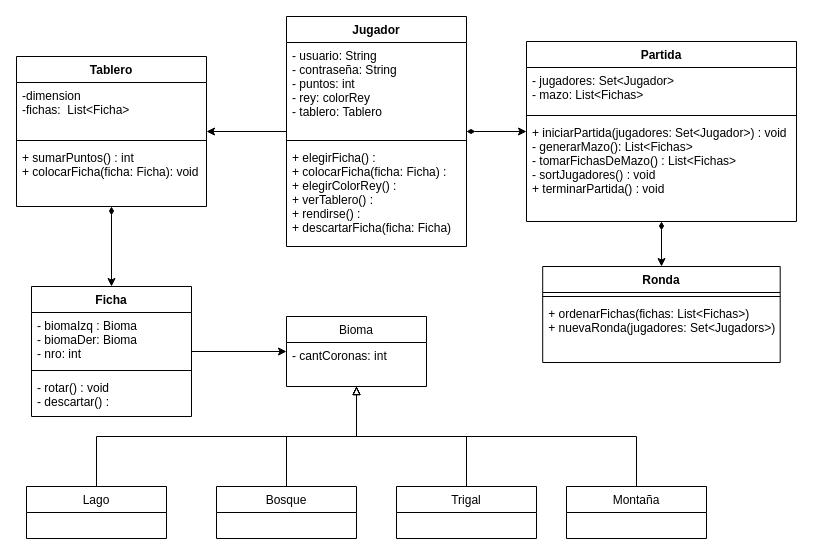
This is src/doc/diagrama-uml.drawio from nicolasmiron/kingdomino, a draw.io file, before an edit. Source tidied: cells renumbered, new cells numbered last; positions are measured from the earlier drawing's top-left corner, leaving out a move shared by most shapes. Both pictures are drawn from the tidied source at 100%, with x=0, y=0 at pixel (16, 16).
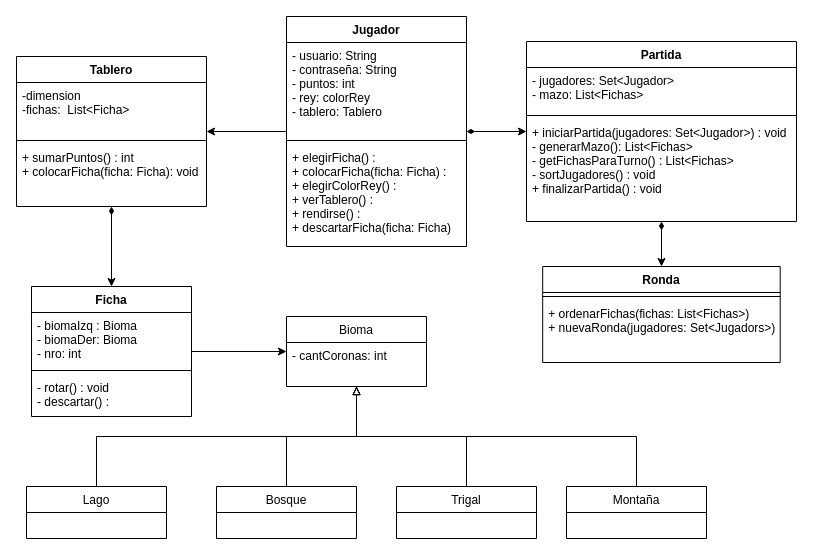
Above is the later version.

Unchanged cells that the change refers to:
```xml
<mxCell id="24" value="Partida" style="swimlane;fontStyle=1;align=center;verticalAlign=top;horizontal=1;startSize=26;" parent="1" vertex="1">
  <mxGeometry x="510" y="25" width="270" height="180" as="geometry" />
</mxCell>
```

What changed in the source:
```diff
@@
-    <mxCell id="27" value="+ iniciarPartida(jugadores: Set&lt;Jugador&gt;) : void&#10;- generarMazo(): List&lt;Fichas&gt;&#10;- tomarFichasDeMazo() : List&lt;Fichas&gt;&#10;- sortJugadores() : void&#10;+ terminarPartida() : void&#10;" style="text;strokeColor=none;fillColor=none;align=left;verticalAlign=top;spacingLeft=4;spacingRight=4;overflow=hidden;" parent="24" vertex="1">
+    <mxCell id="27" value="+ iniciarPartida(jugadores: Set&lt;Jugador&gt;) : void&#10;- generarMazo(): List&lt;Fichas&gt;&#10;- getFichasParaTurno() : List&lt;Fichas&gt;&#10;- sortJugadores() : void&#10;+ finalizarPartida() : void&#10;" style="text;strokeColor=none;fillColor=none;align=left;verticalAlign=top;spacingLeft=4;spacingRight=4;overflow=hidden;" parent="24" vertex="1">
       <mxGeometry y="78" width="270" height="102" as="geometry" />
     </mxCell>
```
